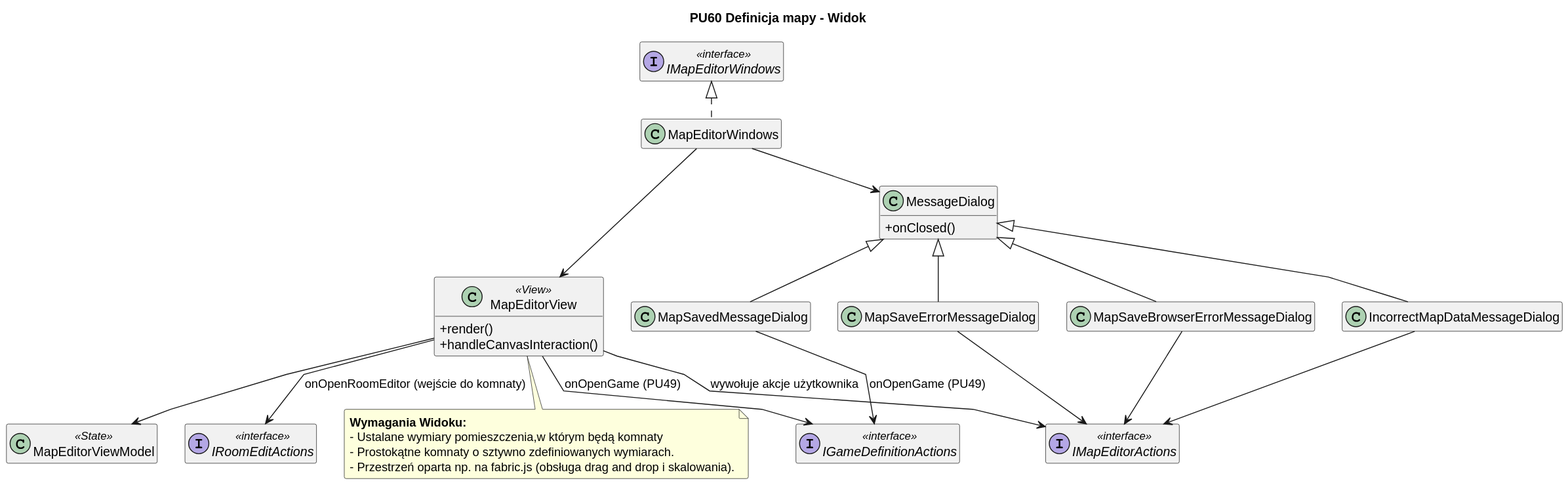
The PlantUML diagram diagrams/frontend/rendered/map-editor-view.svg in Igor-Ochocki/POP-2026Z, before a commit. Source of this version:
```plantuml
@startuml
skinparam classAttributeIconSize 0
skinparam packageStyle rectangle
skinparam shadowing false
skinparam roundcorner 4
skinparam linetype polyline
skinparam nodesep 30
skinparam ranksep 40
hide empty members

title PU60 Definicja mapy - Widok

class MapEditorView <<View>> {
    + render()
    + handleCanvasInteraction()
}

class MessageDialog {
    + onClosed()
}

class MapSavedMessageDialog
class IncorrectMapDataMessageDialog
class MapSaveErrorMessageDialog
class MapSaveBrowserErrorMessageDialog

MapSavedMessageDialog -u-|> MessageDialog
IncorrectMapDataMessageDialog -u-|> MessageDialog
MapSaveErrorMessageDialog -u-|> MessageDialog
MapSaveBrowserErrorMessageDialog -u-|> MessageDialog

class MapEditorWindows
class MapEditorViewModel <<State>>
interface IMapEditorWindows <<interface>>
interface IMapEditorActions <<interface>>
interface IGameDefinitionActions <<interface>>
interface IRoomEditActions <<interface>>

MapEditorWindows .u.|> IMapEditorWindows
MapEditorWindows --> MapEditorView
MapEditorWindows --> MessageDialog

MapEditorView --> MapEditorViewModel
MapEditorView --> IMapEditorActions : wywołuje akcje użytkownika
MapEditorView --> IGameDefinitionActions : onOpenGame (PU49)
MapEditorView --> IRoomEditActions : onOpenRoomEditor (wejście do komnaty)

MapSavedMessageDialog --> IGameDefinitionActions : onOpenGame (PU49)
IncorrectMapDataMessageDialog --> IMapEditorActions
MapSaveErrorMessageDialog --> IMapEditorActions
MapSaveBrowserErrorMessageDialog --> IMapEditorActions

note bottom of MapEditorView
    **Wymagania Widoku:**
    - Ustalane wymiary pomieszczenia,w którym będą komnaty
    - Prostokątne komnaty o sztywno zdefiniowanych wymiarach.
    - Przestrzeń oparta np. na fabric.js (obsługa drag and drop i skalowania).
end note
@enduml
```
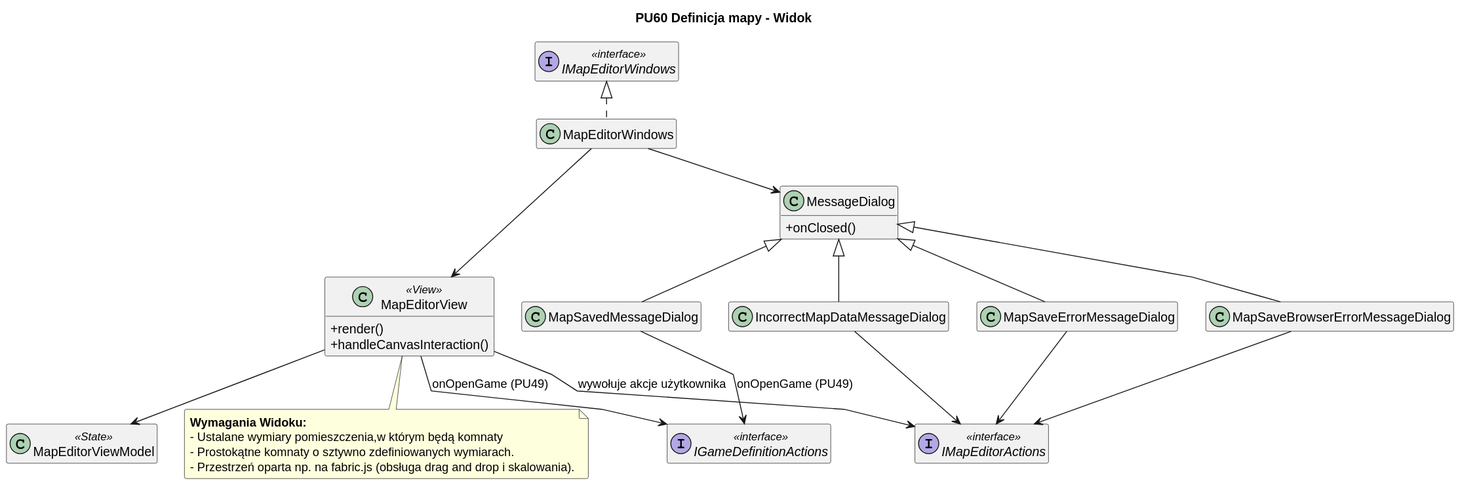
Later version of the same file.

The edit, as a diff of the source:
```diff
@@ -34,7 +34,6 @@
 interface IMapEditorWindows <<interface>>
 interface IMapEditorActions <<interface>>
 interface IGameDefinitionActions <<interface>>
-interface IRoomEditActions <<interface>>
 
 MapEditorWindows .u.|> IMapEditorWindows
 MapEditorWindows --> MapEditorView
@@ -43,7 +42,6 @@
 MapEditorView --> MapEditorViewModel
 MapEditorView --> IMapEditorActions : wywołuje akcje użytkownika
 MapEditorView --> IGameDefinitionActions : onOpenGame (PU49)
-MapEditorView --> IRoomEditActions : onOpenRoomEditor (wejście do komnaty)
 
 MapSavedMessageDialog --> IGameDefinitionActions : onOpenGame (PU49)
 IncorrectMapDataMessageDialog --> IMapEditorActions
```
